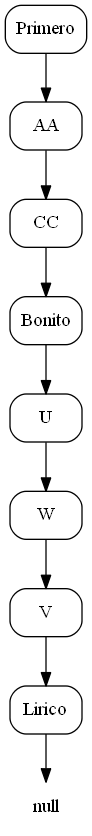
jessicabp19/EDD_1S2020_PY2_201800535 keeps this Graphviz diagram as DocsReportes/PostOrden.png. Above is the earlier version. Its source is kept beside it as DocsReportes/PostOrden.dot. Source of this version:
```dot
digraph D {
start[shape = box style = rounded label = "Primero"];
start-> nodo0;
nodo0[shape = record style = rounded label = "AA"];
nodo0->nodo1;
nodo1[shape = record style = rounded label = "CC"];
nodo1->nodo2;
nodo2[shape = record style = rounded label = "Bonito"];
nodo2->nodo3;
nodo3[shape = record style = rounded label = "U"];
nodo3->nodo4;
nodo4[shape = record style = rounded label = "W"];
nodo4->nodo5;
nodo5[shape = record style = rounded label = "V"];
nodo5->nodo6;
nodo6[shape = record style = rounded label = "Lirico"];
nodo6->end;
end[shape = none label = "null"];
}
```
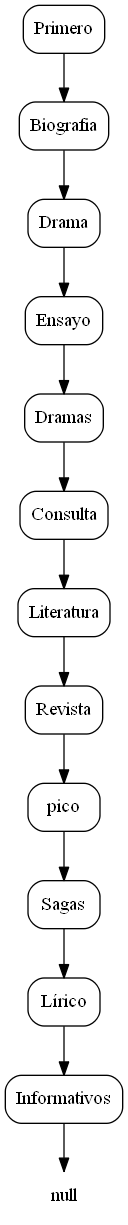
The same file after the commit.

What changed in the source:
```diff
@@ -1,19 +1,27 @@
 digraph D {
 start[shape = box style = rounded label = "Primero"];
 start-> nodo0;
-nodo0[shape = record style = rounded label = "AA"];
+nodo0[shape = record style = rounded label = "Biografia"];
 nodo0->nodo1;
-nodo1[shape = record style = rounded label = "CC"];
+nodo1[shape = record style = rounded label = "Drama"];
 nodo1->nodo2;
-nodo2[shape = record style = rounded label = "Bonito"];
+nodo2[shape = record style = rounded label = "Ensayo"];
 nodo2->nodo3;
-nodo3[shape = record style = rounded label = "U"];
+nodo3[shape = record style = rounded label = "Dramas"];
 nodo3->nodo4;
-nodo4[shape = record style = rounded label = "W"];
+nodo4[shape = record style = rounded label = "Consulta"];
 nodo4->nodo5;
-nodo5[shape = record style = rounded label = "V"];
+nodo5[shape = record style = rounded label = "Literatura"];
 nodo5->nodo6;
-nodo6[shape = record style = rounded label = "Lirico"];
-nodo6->end;
+nodo6[shape = record style = rounded label = "Revista"];
+nodo6->nodo7;
+nodo7[shape = record style = rounded label = "Épico"];
+nodo7->nodo8;
+nodo8[shape = record style = rounded label = "Sagas"];
+nodo8->nodo9;
+nodo9[shape = record style = rounded label = "Lírico"];
+nodo9->nodo10;
+nodo10[shape = record style = rounded label = "Informativos"];
+nodo10->end;
 end[shape = none label = "null"];
 }
```
